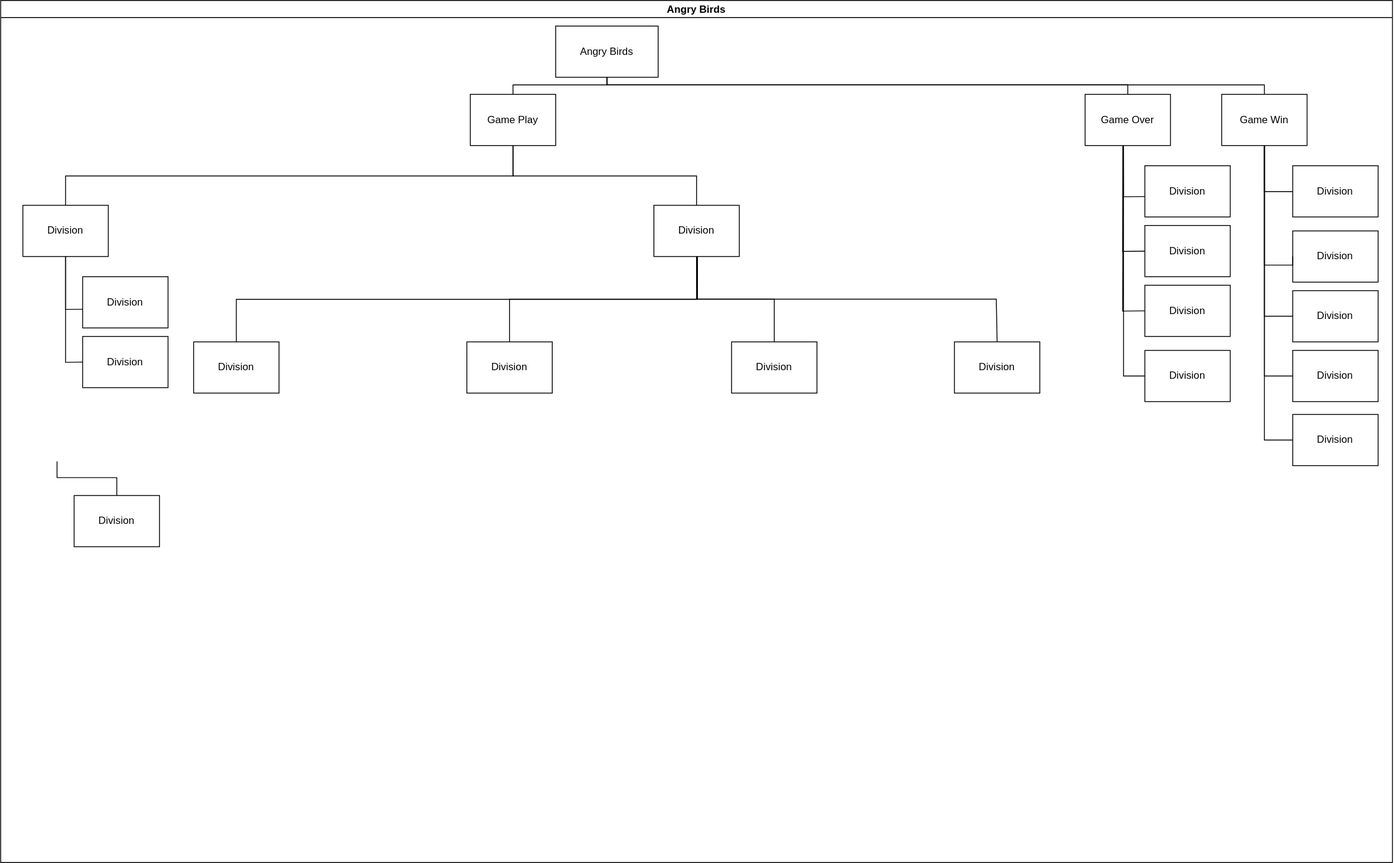
king525dev/AngryBirds-NEA keeps this draw.io diagram as Main-Structure.drawio.svg. Above is the earlier version. Source tidied: cells renumbered, new cells last; positions are measured from the earlier drawing's top-left corner, leaving out a move shared by most shapes.
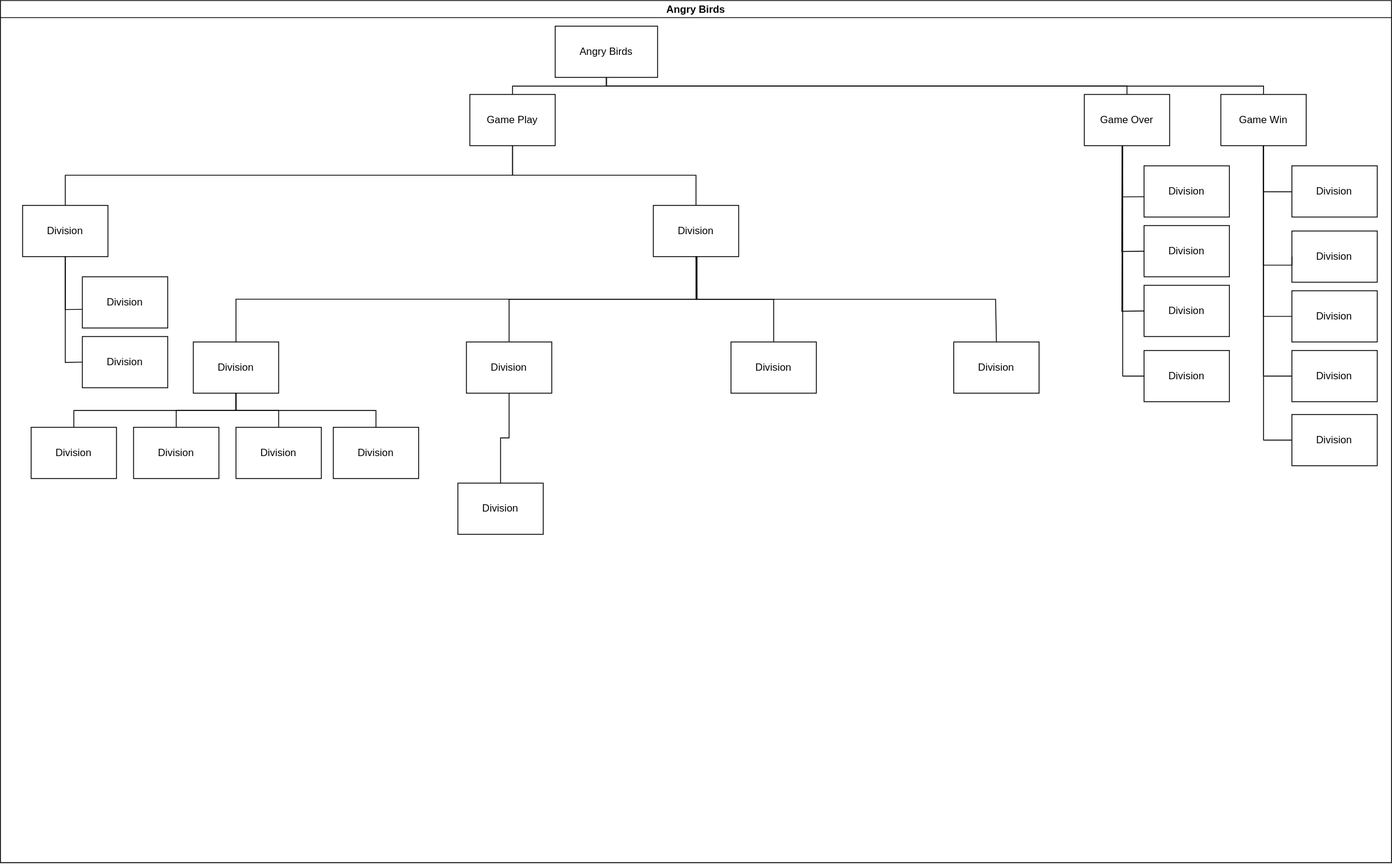
The same diagram one commit later.

Change to the diagram source:
```diff
@@ -197,12 +197,34 @@
       </mxGeometry>
     </mxCell>
     <mxCell id="45" value="Division" style="whiteSpace=wrap;html=1;align=center;verticalAlign=middle;newEdgeStyle={&quot;edgeStyle&quot;:&quot;elbowEdgeStyle&quot;,&quot;startArrow&quot;:&quot;none&quot;,&quot;endArrow&quot;:&quot;none&quot;};" parent="2" vertex="1">
-      <mxGeometry x="86" y="580" width="100" height="60" as="geometry" />
+      <mxGeometry x="36" y="500" width="100" height="60" as="geometry" />
     </mxCell>
-    <mxCell id="46" style="edgeStyle=elbowEdgeStyle;elbow=vertical;sourcePerimeterSpacing=0;targetPerimeterSpacing=0;startArrow=none;endArrow=none;rounded=0;curved=0;" parent="2" edge="1" target="45">
-      <mxGeometry relative="1" as="geometry">
-        <mxPoint x="66" y="540" as="sourcePoint" />
-      </mxGeometry>
+    <mxCell id="46" style="edgeStyle=elbowEdgeStyle;elbow=vertical;sourcePerimeterSpacing=0;targetPerimeterSpacing=0;startArrow=none;endArrow=none;rounded=0;curved=0;exitX=0.5;exitY=1;exitDx=0;exitDy=0;" parent="2" edge="1" source="36" target="45">
+      <mxGeometry relative="1" as="geometry" />
     </mxCell>
+    <mxCell id="47" value="Division" style="whiteSpace=wrap;html=1;align=center;verticalAlign=middle;newEdgeStyle={&quot;edgeStyle&quot;:&quot;elbowEdgeStyle&quot;,&quot;startArrow&quot;:&quot;none&quot;,&quot;endArrow&quot;:&quot;none&quot;};" parent="2" vertex="1">
+      <mxGeometry x="156" y="500" width="100" height="60" as="geometry" />
+    </mxCell>
+    <mxCell id="48" style="edgeStyle=elbowEdgeStyle;elbow=vertical;sourcePerimeterSpacing=0;targetPerimeterSpacing=0;startArrow=none;endArrow=none;rounded=0;curved=0;exitX=0.5;exitY=1;exitDx=0;exitDy=0;" parent="2" edge="1" source="36" target="47">
+      <mxGeometry relative="1" as="geometry" />
+    </mxCell>
+    <mxCell id="49" value="Division" style="whiteSpace=wrap;html=1;align=center;verticalAlign=middle;newEdgeStyle={&quot;edgeStyle&quot;:&quot;elbowEdgeStyle&quot;,&quot;startArrow&quot;:&quot;none&quot;,&quot;endArrow&quot;:&quot;none&quot;};" parent="2" vertex="1">
+      <mxGeometry x="276" y="500" width="100" height="60" as="geometry" />
+    </mxCell>
+    <mxCell id="50" style="edgeStyle=elbowEdgeStyle;elbow=vertical;sourcePerimeterSpacing=0;targetPerimeterSpacing=0;startArrow=none;endArrow=none;rounded=0;curved=0;exitX=0.5;exitY=1;exitDx=0;exitDy=0;" parent="2" edge="1" source="36" target="49">
+      <mxGeometry relative="1" as="geometry" />
+    </mxCell>
+    <mxCell id="51" value="Division" style="whiteSpace=wrap;html=1;align=center;verticalAlign=middle;newEdgeStyle={&quot;edgeStyle&quot;:&quot;elbowEdgeStyle&quot;,&quot;startArrow&quot;:&quot;none&quot;,&quot;endArrow&quot;:&quot;none&quot;};" parent="2" vertex="1">
+      <mxGeometry x="390" y="500" width="100" height="60" as="geometry" />
+    </mxCell>
+    <mxCell id="52" style="edgeStyle=elbowEdgeStyle;elbow=vertical;sourcePerimeterSpacing=0;targetPerimeterSpacing=0;startArrow=none;endArrow=none;rounded=0;curved=0;exitX=0.5;exitY=1;exitDx=0;exitDy=0;" parent="2" edge="1" source="36" target="51">
+      <mxGeometry relative="1" as="geometry" />
+    </mxCell>
+    <mxCell id="53" value="Division" style="whiteSpace=wrap;html=1;align=center;verticalAlign=middle;newEdgeStyle={&quot;edgeStyle&quot;:&quot;elbowEdgeStyle&quot;,&quot;startArrow&quot;:&quot;none&quot;,&quot;endArrow&quot;:&quot;none&quot;};" parent="2" vertex="1">
+      <mxGeometry x="536" y="565.4" width="100" height="60" as="geometry" />
+    </mxCell>
+    <mxCell id="54" style="edgeStyle=elbowEdgeStyle;elbow=vertical;sourcePerimeterSpacing=0;targetPerimeterSpacing=0;startArrow=none;endArrow=none;rounded=0;curved=0;exitX=0.5;exitY=1;exitDx=0;exitDy=0;" parent="2" edge="1" source="40" target="53">
+      <mxGeometry relative="1" as="geometry" />
+    </mxCell>
   </root>
 </mxGraphModel>
```
